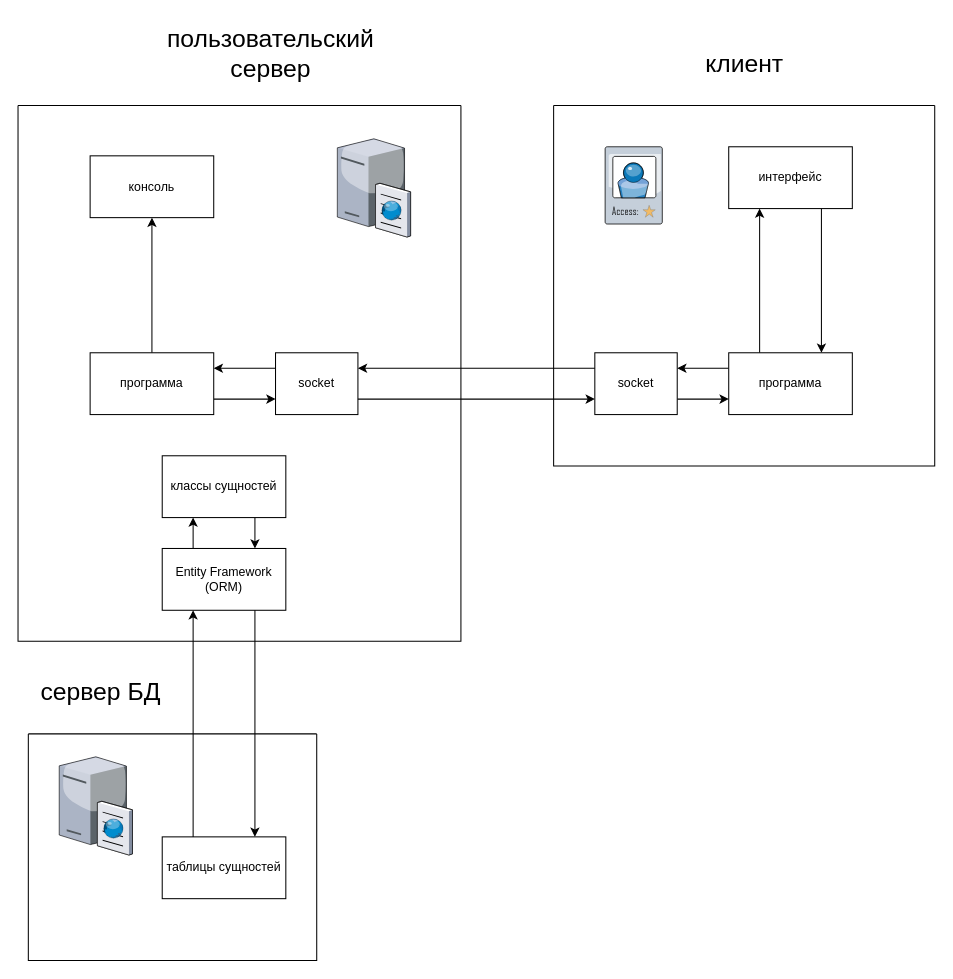
BMSTU2024/kusrwork-seti- keeps this draw.io diagram as Диаграмма без названия.drawio. Above is the earlier version. Source tidied: cells renumbered, new cells numbered last; positions are measured from the earlier drawing's top-left corner, leaving out a move shared by most shapes. Both pictures are drawn from the tidied source at 103%, with x=0, y=0 at pixel (18, 18).
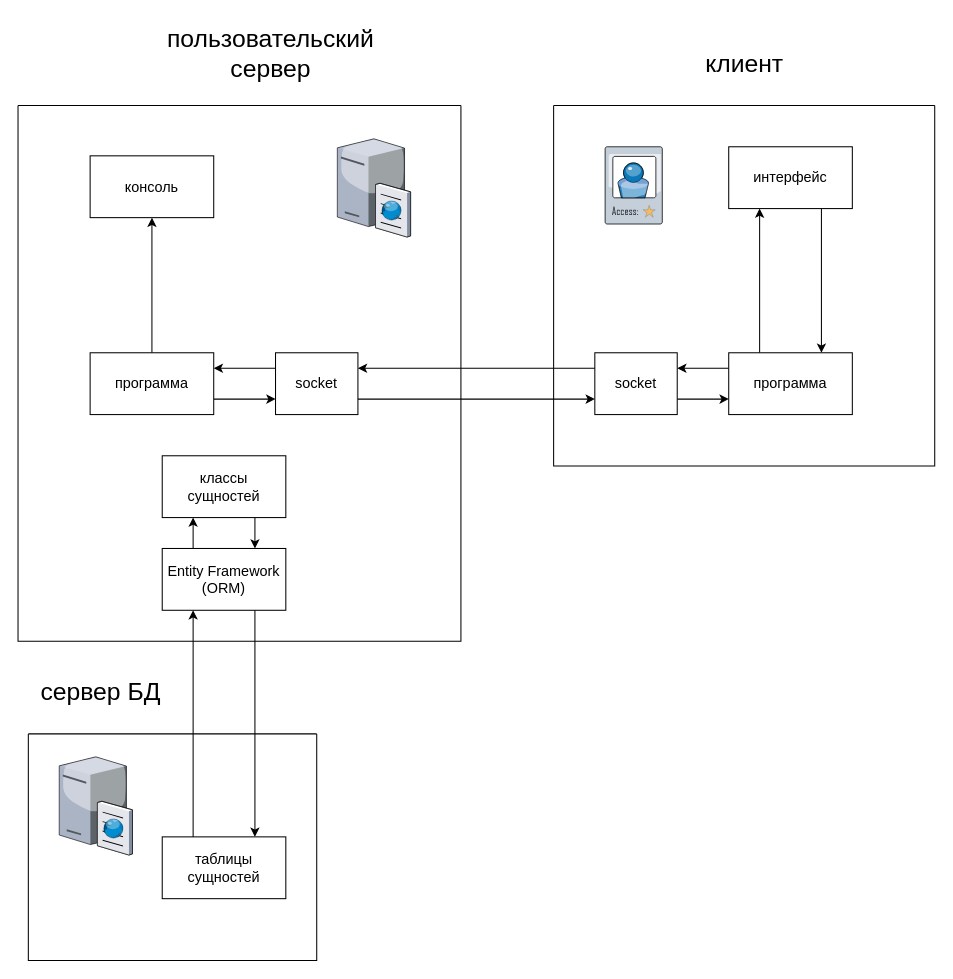
Above is the later version.

The change refers to these unchanged cells:
```xml
<mxCell id="3" style="swimlane;startSize=0;" parent="1" vertex="1">
  <mxGeometry x="520" y="85" width="370" height="350" as="geometry" />
</mxCell>
<mxCell id="11" style="swimlane;startSize=0;" parent="1" vertex="1">
  <mxGeometry y="85" width="430" height="520" as="geometry" />
</mxCell>
<mxCell id="29" style="swimlane;startSize=0;" parent="1" vertex="1">
  <mxGeometry x="10" y="695" width="280" height="220" as="geometry" />
</mxCell>
```

The edit, as a diff of the source:
```diff
@@
-    <mxCell id="5" value="интерфейс" style="rounded=0;whiteSpace=wrap;html=1;" parent="3" vertex="1">
+    <mxCell id="5" value="&lt;font style=&quot;font-size: 14px;&quot; face=&quot;ГОСТ тип А&quot;&gt;интерфейс&lt;/font&gt;" style="rounded=0;whiteSpace=wrap;html=1;" parent="3" vertex="1">
       <mxGeometry x="170" y="40" width="120" height="60" as="geometry" />
     </mxCell>
@@
-    <mxCell id="8" value="программа" style="rounded=0;whiteSpace=wrap;html=1;" parent="3" vertex="1">
+    <mxCell id="8" value="&lt;font style=&quot;font-size: 14px;&quot; face=&quot;ГОСТ тип А&quot;&gt;программа&lt;/font&gt;" style="rounded=0;whiteSpace=wrap;html=1;" parent="3" vertex="1">
       <mxGeometry x="170" y="240" width="120" height="60" as="geometry" />
     </mxCell>
@@
-    <mxCell id="10" value="socket" style="rounded=0;whiteSpace=wrap;html=1;" parent="3" vertex="1">
+    <mxCell id="10" value="&lt;font style=&quot;font-size: 14px;&quot; face=&quot;ГОСТ тип А&quot;&gt;socket&lt;/font&gt;" style="rounded=0;whiteSpace=wrap;html=1;" parent="3" vertex="1">
       <mxGeometry x="40" y="240" width="80" height="60" as="geometry" />
     </mxCell>
@@
-    <mxCell id="13" value="socket" style="rounded=0;whiteSpace=wrap;html=1;" parent="11" vertex="1">
+    <mxCell id="13" value="&lt;font style=&quot;font-size: 14px;&quot; face=&quot;ГОСТ тип А&quot;&gt;socket&lt;/font&gt;" style="rounded=0;whiteSpace=wrap;html=1;" parent="11" vertex="1">
       <mxGeometry x="250" y="240" width="80" height="60" as="geometry" />
     </mxCell>
@@
-    <mxCell id="17" value="программа" style="rounded=0;whiteSpace=wrap;html=1;" parent="11" vertex="1">
+    <mxCell id="17" value="&lt;font style=&quot;font-size: 14px;&quot; face=&quot;ГОСТ тип А&quot;&gt;программа&lt;/font&gt;" style="rounded=0;whiteSpace=wrap;html=1;" parent="11" vertex="1">
       <mxGeometry x="70" y="240" width="120" height="60" as="geometry" />
     </mxCell>
@@
-    <mxCell id="19" value="классы сущностей" style="rounded=0;whiteSpace=wrap;html=1;" parent="11" vertex="1">
+    <mxCell id="19" value="&lt;font face=&quot;ГОСТ тип А&quot; style=&quot;font-size: 14px;&quot;&gt;классы сущностей&lt;/font&gt;" style="rounded=0;whiteSpace=wrap;html=1;" parent="11" vertex="1">
       <mxGeometry x="140" y="340" width="120" height="60" as="geometry" />
     </mxCell>
@@
-    <mxCell id="22" value="&lt;div&gt;Entity Framework&lt;/div&gt;&lt;div&gt;(ORM)&lt;br&gt;&lt;/div&gt;" style="rounded=0;whiteSpace=wrap;html=1;" parent="11" vertex="1">
+    <mxCell id="22" value="&lt;div&gt;&lt;font style=&quot;font-size: 14px;&quot; face=&quot;ГОСТ тип А&quot;&gt;Entity Framework&lt;/font&gt;&lt;/div&gt;&lt;div&gt;&lt;font style=&quot;font-size: 14px;&quot; face=&quot;ГОСТ тип А&quot;&gt;(ORM)&lt;br&gt;&lt;/font&gt;&lt;/div&gt;" style="rounded=0;whiteSpace=wrap;html=1;" parent="11" vertex="1">
       <mxGeometry x="140" y="430" width="120" height="60" as="geometry" />
     </mxCell>
-    <mxCell id="23" value="консоль" style="rounded=0;whiteSpace=wrap;html=1;" parent="11" vertex="1">
+    <mxCell id="23" value="&lt;font style=&quot;font-size: 14px;&quot; face=&quot;ГОСТ тип А&quot;&gt;консоль&lt;/font&gt;" style="rounded=0;whiteSpace=wrap;html=1;" parent="11" vertex="1">
       <mxGeometry x="70" y="48.8" width="120" height="60" as="geometry" />
     </mxCell>
@@
-    <mxCell id="26" value="&lt;font style=&quot;font-size: 24px;&quot;&gt;клиент&lt;/font&gt;" style="text;html=1;align=center;verticalAlign=middle;strokeColor=none;fillColor=none;" parent="1" vertex="1">
-      <mxGeometry x="655" y="25" width="100" height="40" as="geometry" />
+    <mxCell id="26" value="&lt;font face=&quot;ГОСТ тип А&quot; style=&quot;font-size: 24px;&quot;&gt;клиент&lt;/font&gt;" style="text;html=1;align=center;verticalAlign=middle;strokeColor=none;fillColor=none;" parent="1" vertex="1">
+      <mxGeometry x="660" y="25" width="90" height="40" as="geometry" />
     </mxCell>
-    <mxCell id="27" value="&lt;div&gt;&lt;font style=&quot;font-size: 24px;&quot;&gt;пользовательский&lt;/font&gt;&lt;/div&gt;&lt;div&gt;&lt;font style=&quot;font-size: 24px;&quot;&gt;сервер&lt;/font&gt;&lt;br&gt;&lt;/div&gt;" style="text;html=1;align=center;verticalAlign=middle;strokeColor=none;fillColor=none;" parent="1" vertex="1">
-      <mxGeometry x="135" width="220" height="70" as="geometry" />
+    <mxCell id="27" value="&lt;div&gt;&lt;font face=&quot;ГОСТ тип А&quot; style=&quot;font-size: 24px;&quot;&gt;пользовательский&lt;/font&gt;&lt;/div&gt;&lt;div&gt;&lt;font face=&quot;ГОСТ тип А&quot; style=&quot;font-size: 24px;&quot;&gt;сервер&lt;/font&gt;&lt;font face=&quot;ГОСТ тип А&quot;&gt;&lt;br&gt;&lt;/font&gt;&lt;/div&gt;" style="text;html=1;align=center;verticalAlign=middle;strokeColor=none;fillColor=none;" parent="1" vertex="1">
+      <mxGeometry x="140" width="210" height="70" as="geometry" />
     </mxCell>
-    <mxCell id="28" value="&lt;div&gt;&lt;font style=&quot;font-size: 24px;&quot;&gt;сервер БД&lt;/font&gt;&lt;br&gt;&lt;/div&gt;" style="text;html=1;align=center;verticalAlign=middle;strokeColor=none;fillColor=none;" parent="1" vertex="1">
-      <mxGeometry x="10" y="635" width="140" height="40" as="geometry" />
+    <mxCell id="28" value="&lt;div&gt;&lt;font style=&quot;font-size: 24px;&quot; face=&quot;ГОСТ тип А&quot;&gt;сервер БД&lt;/font&gt;&lt;font face=&quot;ГОСТ тип А&quot;&gt;&lt;br&gt;&lt;/font&gt;&lt;/div&gt;" style="text;html=1;align=center;verticalAlign=middle;strokeColor=none;fillColor=none;" parent="1" vertex="1">
+      <mxGeometry x="15" y="635" width="130" height="40" as="geometry" />
     </mxCell>
@@
-    <mxCell id="31" value="таблицы сущностей" style="rounded=0;whiteSpace=wrap;html=1;" parent="29" vertex="1">
+    <mxCell id="31" value="&lt;font face=&quot;ГОСТ тип А&quot; style=&quot;font-size: 14px;&quot;&gt;таблицы сущностей&lt;/font&gt;" style="rounded=0;whiteSpace=wrap;html=1;" parent="29" vertex="1">
       <mxGeometry x="130" y="100" width="120" height="60" as="geometry" />
     </mxCell>
```
